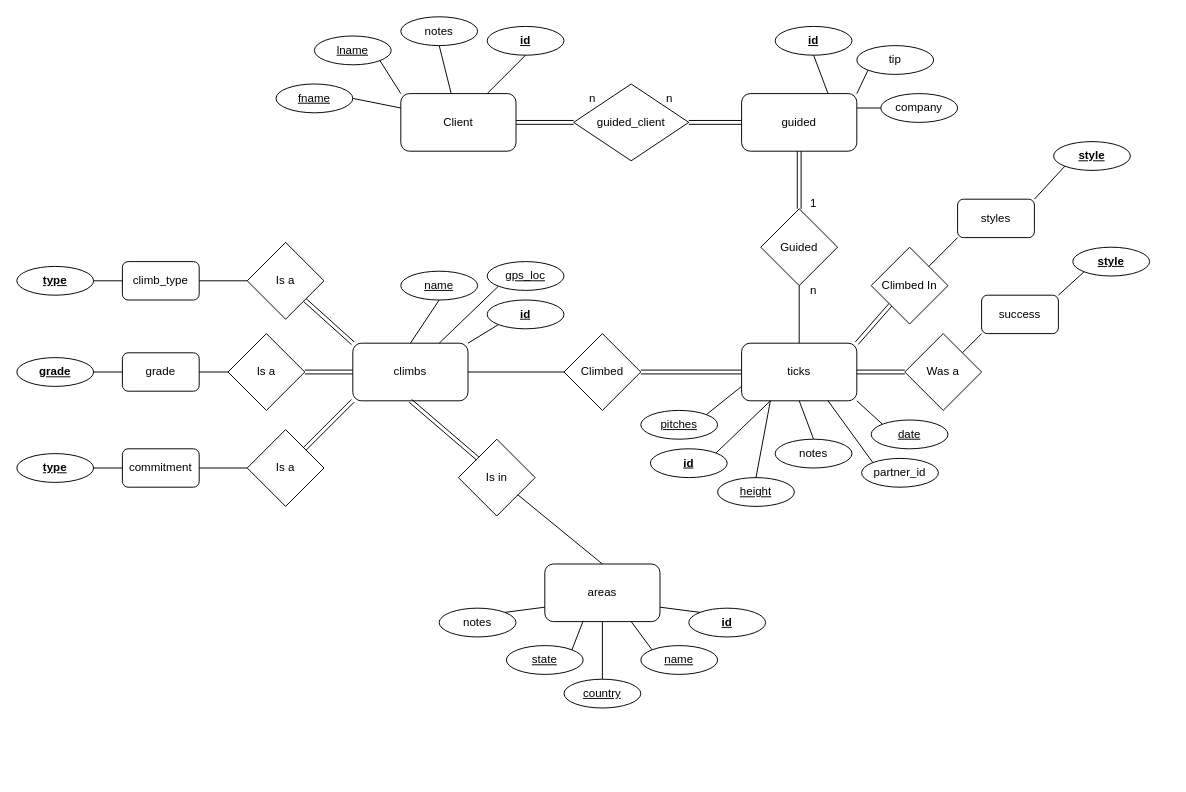
achiquit/ticks-db keeps this draw.io diagram as ticks-db.drawio. Above is the earlier version. Source tidied: cells renumbered, new cells numbered last; positions are measured from the earlier drawing's top-left corner, leaving out a move shared by most shapes. Both pictures are drawn from the tidied source at 96%, with x=0, y=0 at pixel (16, 16).
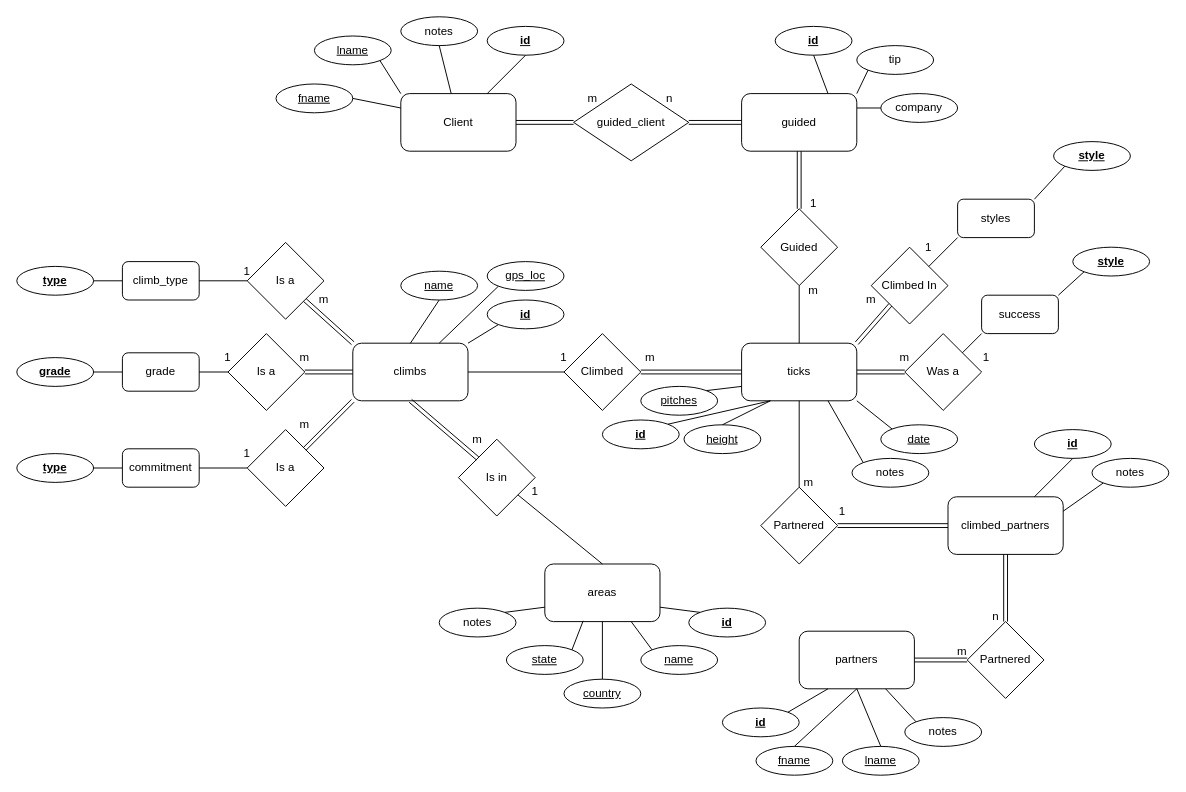
The same page after the edit.

Unchanged cells that the change refers to:
```xml
<mxCell id="2" value="ticks" style="rounded=1;whiteSpace=wrap;html=1;" parent="1" vertex="1">
  <mxGeometry x="755" y="340" width="120" height="60" as="geometry" />
</mxCell>
```

The edit, as a diff of the source:
```diff
@@
     <mxCell id="10" value="&lt;u&gt;height&lt;/u&gt;" style="ellipse;whiteSpace=wrap;html=1;" parent="1" vertex="1">
-      <mxGeometry x="730" y="480" width="80" height="30" as="geometry" />
+      <mxGeometry x="695" y="425" width="80" height="30" as="geometry" />
     </mxCell>
@@
     <mxCell id="14" value="&lt;u&gt;date&lt;/u&gt;" style="ellipse;whiteSpace=wrap;html=1;" parent="1" vertex="1">
-      <mxGeometry x="890" y="420" width="80" height="30" as="geometry" />
+      <mxGeometry x="900" y="425" width="80" height="30" as="geometry" />
     </mxCell>
     <mxCell id="15" value="notes" style="ellipse;whiteSpace=wrap;html=1;" parent="1" vertex="1">
-      <mxGeometry x="790" y="440" width="80" height="30" as="geometry" />
+      <mxGeometry x="870" y="460" width="80" height="30" as="geometry" />
     </mxCell>
@@
-    <mxCell id="20" style="endArrow=none;html=1;rounded=0;entryX=0.5;entryY=0;entryDx=0;entryDy=0;exitX=0.5;exitY=1;exitDx=0;exitDy=0;" parent="1" edge="1" source="2" target="15">
+    <mxCell id="20" style="endArrow=none;html=1;rounded=0;entryX=0;entryY=0;entryDx=0;entryDy=0;exitX=0.75;exitY=1;exitDx=0;exitDy=0;" parent="1" edge="1" source="2" target="15">
       <mxGeometry relative="1" as="geometry" />
     </mxCell>
@@
     <mxCell id="40" value="&lt;u&gt;&lt;b&gt;id&lt;/b&gt;&lt;/u&gt;" style="ellipse;whiteSpace=wrap;html=1;" parent="1" vertex="1">
-      <mxGeometry x="660" y="450" width="80" height="30" as="geometry" />
+      <mxGeometry x="610" y="420" width="80" height="30" as="geometry" />
     </mxCell>
@@
     <mxCell id="42" value="&lt;u&gt;pitches&lt;/u&gt;" style="ellipse;whiteSpace=wrap;html=1;" parent="1" vertex="1">
-      <mxGeometry x="650" y="410" width="80" height="30" as="geometry" />
+      <mxGeometry x="650" y="385" width="80" height="30" as="geometry" />
     </mxCell>
@@
-    <mxCell id="82" value="partner_id" style="ellipse;whiteSpace=wrap;html=1;" parent="1" vertex="1">
-      <mxGeometry x="880" y="460" width="80" height="30" as="geometry" />
-    </mxCell>
-    <mxCell id="83" style="endArrow=none;html=1;rounded=0;entryX=0;entryY=0;entryDx=0;entryDy=0;exitX=0.75;exitY=1;exitDx=0;exitDy=0;" parent="1" edge="1" source="2" target="82">
-      <mxGeometry relative="1" as="geometry" />
-    </mxCell>
@@
-    <mxCell id="91" value="n" style="text;html=1;align=center;verticalAlign=middle;whiteSpace=wrap;rounded=0;" parent="1" vertex="1">
+    <mxCell id="91" value="m" style="text;html=1;align=center;verticalAlign=middle;whiteSpace=wrap;rounded=0;" parent="1" vertex="1">
       <mxGeometry x="570" y="70" width="60" height="30" as="geometry" />
     </mxCell>
@@
-    <mxCell id="94" value="n" style="text;html=1;align=center;verticalAlign=middle;whiteSpace=wrap;rounded=0;" parent="1" vertex="1">
+    <mxCell id="94" value="m" style="text;html=1;align=center;verticalAlign=middle;whiteSpace=wrap;rounded=0;" parent="1" vertex="1">
       <mxGeometry x="800" y="270" width="60" height="30" as="geometry" />
     </mxCell>
+    <mxCell id="95" value="Partnered" style="rhombus;whiteSpace=wrap;html=1;" parent="1" vertex="1">
+      <mxGeometry x="775" y="490" width="80" height="80" as="geometry" />
+    </mxCell>
+    <mxCell id="96" style="endArrow=none;html=1;rounded=0;exitX=0.5;exitY=0;exitDx=0;exitDy=0;entryX=0.5;entryY=1;entryDx=0;entryDy=0;" parent="1" edge="1" source="95" target="2">
+      <mxGeometry relative="1" as="geometry" />
+    </mxCell>
+    <mxCell id="97" style="shape=link;html=1;rounded=0;fontSize=12;startSize=8;endSize=8;curved=1;exitX=1;exitY=0.5;exitDx=0;exitDy=0;entryX=0;entryY=0.5;entryDx=0;entryDy=0;" parent="1" edge="1" source="95" target="98">
+      <mxGeometry relative="1" as="geometry" />
+    </mxCell>
+    <mxCell id="98" value="climbed_partners" style="rounded=1;whiteSpace=wrap;html=1;" parent="1" vertex="1">
+      <mxGeometry x="970" y="500" width="120" height="60" as="geometry" />
+    </mxCell>
+    <mxCell id="99" value="&lt;b&gt;&lt;u&gt;id&lt;/u&gt;&lt;/b&gt;" style="ellipse;whiteSpace=wrap;html=1;" parent="1" vertex="1">
+      <mxGeometry x="1060" y="430" width="80" height="30" as="geometry" />
+    </mxCell>
+    <mxCell id="100" style="endArrow=none;html=1;rounded=0;entryX=0.5;entryY=1;entryDx=0;entryDy=0;exitX=0.75;exitY=0;exitDx=0;exitDy=0;" parent="1" edge="1" source="98" target="99">
+      <mxGeometry relative="1" as="geometry" />
+    </mxCell>
+    <mxCell id="101" value="notes" style="ellipse;whiteSpace=wrap;html=1;" parent="1" vertex="1">
+      <mxGeometry x="1120" y="460" width="80" height="30" as="geometry" />
+    </mxCell>
+    <mxCell id="102" style="endArrow=none;html=1;rounded=0;entryX=0;entryY=1;entryDx=0;entryDy=0;exitX=1;exitY=0.25;exitDx=0;exitDy=0;" parent="1" edge="1" source="98" target="101">
+      <mxGeometry relative="1" as="geometry" />
+    </mxCell>
+    <mxCell id="103" value="partners" style="rounded=1;whiteSpace=wrap;html=1;" parent="1" vertex="1">
+      <mxGeometry x="815" y="640" width="120" height="60" as="geometry" />
+    </mxCell>
+    <mxCell id="104" value="Partnered" style="rhombus;whiteSpace=wrap;html=1;snapToPoint=0;" parent="1" vertex="1">
+      <mxGeometry x="990" y="630" width="80" height="80" as="geometry" />
+    </mxCell>
+    <mxCell id="105" style="shape=link;html=1;rounded=0;fontSize=12;startSize=8;endSize=8;curved=1;exitX=0.5;exitY=0;exitDx=0;exitDy=0;entryX=0.5;entryY=1;entryDx=0;entryDy=0;" parent="1" edge="1" source="104" target="98">
+      <mxGeometry relative="1" as="geometry" />
+    </mxCell>
+    <mxCell id="106" style="shape=link;html=1;rounded=0;fontSize=12;startSize=8;endSize=8;curved=1;exitX=1;exitY=0.5;exitDx=0;exitDy=0;entryX=0;entryY=0.5;entryDx=0;entryDy=0;" parent="1" edge="1" source="103" target="104">
+      <mxGeometry relative="1" as="geometry" />
+    </mxCell>
+    <mxCell id="107" value="&lt;b&gt;&lt;u&gt;id&lt;/u&gt;&lt;/b&gt;" style="ellipse;whiteSpace=wrap;html=1;" parent="1" vertex="1">
+      <mxGeometry x="735" y="720" width="80" height="30" as="geometry" />
+    </mxCell>
+    <mxCell id="108" style="endArrow=none;html=1;rounded=0;entryX=1;entryY=0;entryDx=0;entryDy=0;exitX=0.25;exitY=1;exitDx=0;exitDy=0;" parent="1" edge="1" source="103" target="107">
+      <mxGeometry relative="1" as="geometry" />
+    </mxCell>
+    <mxCell id="109" value="&lt;u&gt;fname&lt;/u&gt;" style="ellipse;whiteSpace=wrap;html=1;" parent="1" vertex="1">
+      <mxGeometry x="770" y="760" width="80" height="30" as="geometry" />
+    </mxCell>
+    <mxCell id="110" style="endArrow=none;html=1;rounded=0;entryX=0.5;entryY=0;entryDx=0;entryDy=0;exitX=0.5;exitY=1;exitDx=0;exitDy=0;" parent="1" edge="1" source="103" target="109">
+      <mxGeometry relative="1" as="geometry" />
+    </mxCell>
+    <mxCell id="111" value="&lt;u style=&quot;&quot;&gt;lname&lt;/u&gt;" style="ellipse;whiteSpace=wrap;html=1;" parent="1" vertex="1">
+      <mxGeometry x="860" y="760" width="80" height="30" as="geometry" />
+    </mxCell>
+    <mxCell id="112" style="endArrow=none;html=1;rounded=0;entryX=0.5;entryY=0;entryDx=0;entryDy=0;exitX=0.5;exitY=1;exitDx=0;exitDy=0;" parent="1" edge="1" source="103" target="111">
+      <mxGeometry relative="1" as="geometry" />
+    </mxCell>
+    <mxCell id="113" value="notes" style="ellipse;whiteSpace=wrap;html=1;" parent="1" vertex="1">
+      <mxGeometry x="925" y="730" width="80" height="30" as="geometry" />
+    </mxCell>
+    <mxCell id="114" style="endArrow=none;html=1;rounded=0;entryX=0;entryY=0;entryDx=0;entryDy=0;exitX=0.75;exitY=1;exitDx=0;exitDy=0;" parent="1" edge="1" source="103" target="113">
+      <mxGeometry relative="1" as="geometry" />
+    </mxCell>
+    <mxCell id="115" value="1" style="text;html=1;align=center;verticalAlign=middle;whiteSpace=wrap;rounded=0;" parent="1" vertex="1">
+      <mxGeometry x="920" y="225" width="60" height="30" as="geometry" />
+    </mxCell>
+    <mxCell id="116" value="m" style="text;html=1;align=center;verticalAlign=middle;whiteSpace=wrap;rounded=0;" parent="1" vertex="1">
+      <mxGeometry x="860" y="280" width="60" height="30" as="geometry" />
+    </mxCell>
+    <mxCell id="117" value="1" style="text;html=1;align=center;verticalAlign=middle;whiteSpace=wrap;rounded=0;" parent="1" vertex="1">
+      <mxGeometry x="980" y="340" width="60" height="30" as="geometry" />
+    </mxCell>
+    <mxCell id="118" value="m" style="text;html=1;align=center;verticalAlign=middle;whiteSpace=wrap;rounded=0;" parent="1" vertex="1">
+      <mxGeometry x="895" y="340" width="60" height="30" as="geometry" />
+    </mxCell>
+    <mxCell id="119" value="1" style="text;html=1;align=center;verticalAlign=middle;whiteSpace=wrap;rounded=0;" parent="1" vertex="1">
+      <mxGeometry x="830" y="500" width="60" height="30" as="geometry" />
+    </mxCell>
+    <mxCell id="120" value="m" style="text;html=1;align=center;verticalAlign=middle;whiteSpace=wrap;rounded=0;" parent="1" vertex="1">
+      <mxGeometry x="795" y="470" width="60" height="30" as="geometry" />
+    </mxCell>
+    <mxCell id="121" value="m" style="text;html=1;align=center;verticalAlign=middle;whiteSpace=wrap;rounded=0;" parent="1" vertex="1">
+      <mxGeometry x="955" y="646" width="60" height="30" as="geometry" />
+    </mxCell>
+    <mxCell id="122" value="n" style="text;html=1;align=center;verticalAlign=middle;whiteSpace=wrap;rounded=0;" parent="1" vertex="1">
+      <mxGeometry x="990" y="610" width="60" height="30" as="geometry" />
+    </mxCell>
+    <mxCell id="123" value="1" style="text;html=1;align=center;verticalAlign=middle;whiteSpace=wrap;rounded=0;" parent="1" vertex="1">
+      <mxGeometry x="540" y="340" width="60" height="30" as="geometry" />
+    </mxCell>
+    <mxCell id="124" value="m" style="text;html=1;align=center;verticalAlign=middle;whiteSpace=wrap;rounded=0;" parent="1" vertex="1">
+      <mxGeometry x="630" y="340" width="60" height="30" as="geometry" />
+    </mxCell>
+    <mxCell id="125" value="1" style="text;html=1;align=center;verticalAlign=middle;whiteSpace=wrap;rounded=0;" parent="1" vertex="1">
+      <mxGeometry x="210" y="250" width="60" height="30" as="geometry" />
+    </mxCell>
+    <mxCell id="126" value="1" style="text;html=1;align=center;verticalAlign=middle;whiteSpace=wrap;rounded=0;" parent="1" vertex="1">
+      <mxGeometry x="210" y="440" width="60" height="30" as="geometry" />
+    </mxCell>
+    <mxCell id="127" value="1" style="text;html=1;align=center;verticalAlign=middle;whiteSpace=wrap;rounded=0;" parent="1" vertex="1">
+      <mxGeometry x="190" y="340" width="60" height="30" as="geometry" />
+    </mxCell>
+    <mxCell id="128" value="m" style="text;html=1;align=center;verticalAlign=middle;whiteSpace=wrap;rounded=0;" parent="1" vertex="1">
+      <mxGeometry x="290" y="280" width="60" height="30" as="geometry" />
+    </mxCell>
+    <mxCell id="129" value="m" style="text;html=1;align=center;verticalAlign=middle;whiteSpace=wrap;rounded=0;" parent="1" vertex="1">
+      <mxGeometry x="270" y="410" width="60" height="30" as="geometry" />
+    </mxCell>
+    <mxCell id="130" value="m" style="text;html=1;align=center;verticalAlign=middle;whiteSpace=wrap;rounded=0;" parent="1" vertex="1">
+      <mxGeometry x="270" y="340" width="60" height="30" as="geometry" />
+    </mxCell>
+    <mxCell id="131" value="1" style="text;html=1;align=center;verticalAlign=middle;whiteSpace=wrap;rounded=0;" parent="1" vertex="1">
+      <mxGeometry x="510" y="480" width="60" height="30" as="geometry" />
+    </mxCell>
+    <mxCell id="132" value="m" style="text;html=1;align=center;verticalAlign=middle;whiteSpace=wrap;rounded=0;" parent="1" vertex="1">
+      <mxGeometry x="450" y="425" width="60" height="30" as="geometry" />
+    </mxCell>
```
